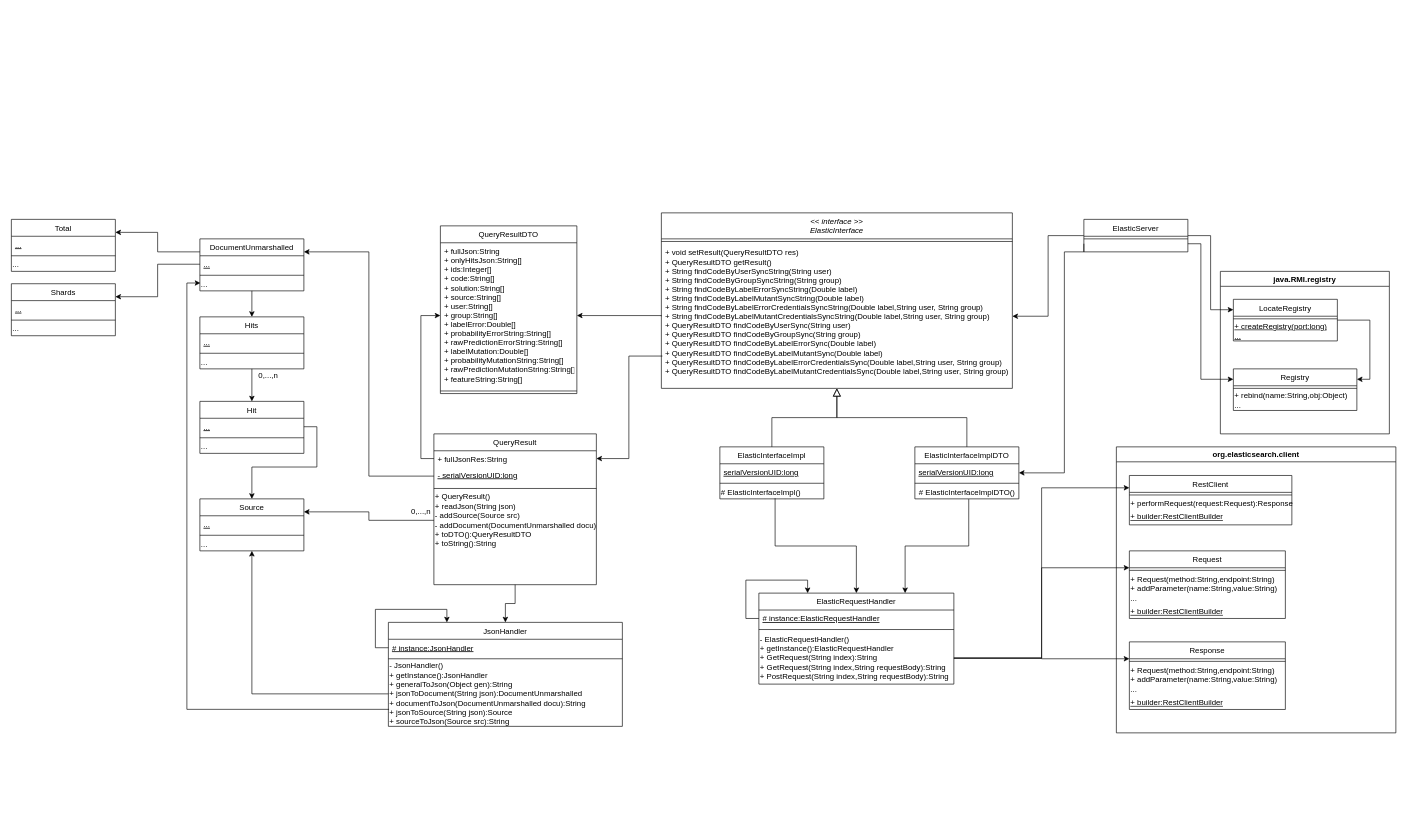
This is docs/Elastic-facade-orchestrator.drawio from josura/Error-classification-ISD, a draw.io file, before an edit. Source tidied: cells renumbered, new cells numbered last; positions are measured from the earlier drawing's top-left corner, leaving out a move shared by most shapes. Both pictures are drawn from the tidied source at 65%, with x=0, y=0 at pixel (11, 213).
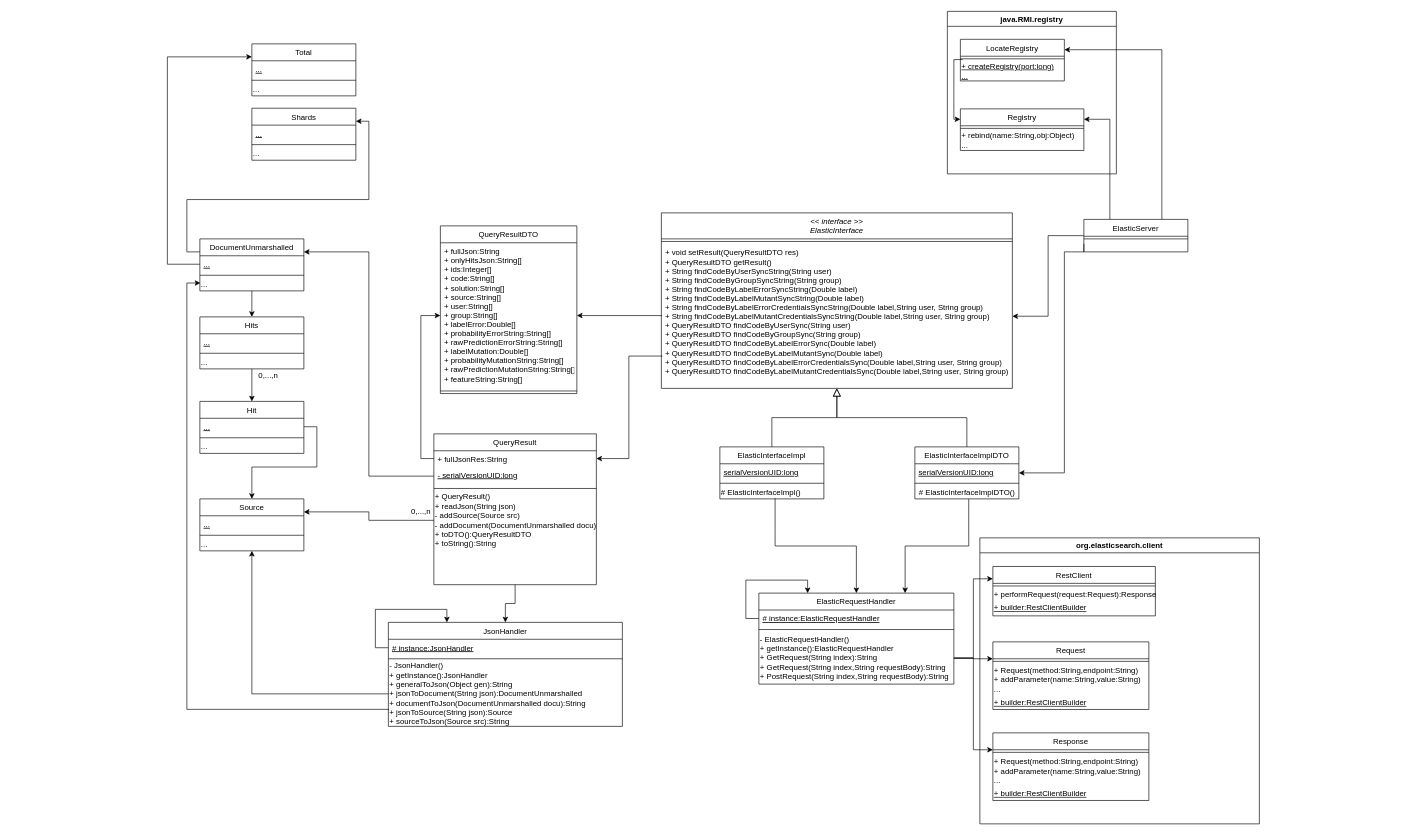
The same diagram, later.

Unchanged cells that the change refers to:
```xml
<mxCell id="30" value="ElasticServer" style="swimlane;fontStyle=0;align=center;verticalAlign=top;horizontal=1;startSize=26;rounded=0;shadow=0;strokeWidth=1;" parent="1" vertex="1">
  <mxGeometry x="1650" y="10" width="160" height="50" as="geometry" />
</mxCell>
<mxCell id="35" value="DocumentUnmarshalled" style="swimlane;fontStyle=0;align=center;verticalAlign=top;horizontal=1;startSize=26;rounded=0;shadow=0;strokeWidth=1;" parent="1" vertex="1">
  <mxGeometry x="290" y="40" width="160" height="80" as="geometry" />
</mxCell>
<mxCell id="36" value="..." style="text;align=left;verticalAlign=top;spacingLeft=4;spacingRight=4;overflow=hidden;points=[[0,0.5],[1,0.5]];portConstraint=eastwest;fontStyle=4;" parent="35" vertex="1">
  <mxGeometry y="26" width="160" height="26" as="geometry" />
</mxCell>
<mxCell id="98" value="LocateRegistry" style="swimlane;fontStyle=0;align=center;verticalAlign=top;horizontal=1;startSize=26;rounded=0;shadow=0;strokeWidth=1;" parent="96" vertex="1">
  <mxGeometry x="20" y="43" width="160" height="64" as="geometry" />
</mxCell>
<mxCell id="100" value="&lt;div&gt;+ createRegistry(port:long)&lt;/div&gt;&lt;div&gt;...&lt;br&gt;&lt;/div&gt;" style="text;html=1;align=left;verticalAlign=middle;points=[];strokeColor=none;fillColor=none;fontStyle=4;" parent="98" vertex="1">
  <mxGeometry y="34" width="160" height="30" as="geometry" />
</mxCell>
<mxCell id="101" value="Registry" style="swimlane;fontStyle=0;align=center;verticalAlign=top;horizontal=1;startSize=26;rounded=0;shadow=0;strokeWidth=1;" parent="96" vertex="1">
  <mxGeometry x="20" y="150" width="190" height="64" as="geometry" />
</mxCell>
```

What changed in the source:
```diff
@@
-    <mxCell id="28" style="edgeStyle=orthogonalEdgeStyle;rounded=0;jettySize=auto;html=1;exitX=1;exitY=0.5;exitDx=0;exitDy=0;entryX=0;entryY=0.25;entryDx=0;entryDy=0;" parent="1" edge="1" source="30" target="98">
+    <mxCell id="28" style="edgeStyle=orthogonalEdgeStyle;rounded=0;jettySize=auto;html=1;exitX=0.25;exitY=0;exitDx=0;exitDy=0;entryX=1;entryY=0.25;entryDx=0;entryDy=0;" parent="1" edge="1" source="30" target="101">
       <mxGeometry relative="1" as="geometry" />
     </mxCell>
-    <mxCell id="29" style="edgeStyle=orthogonalEdgeStyle;rounded=0;jettySize=auto;html=1;exitX=1;exitY=0.75;exitDx=0;exitDy=0;entryX=0;entryY=0.25;entryDx=0;entryDy=0;" parent="1" edge="1" source="30" target="101">
+    <mxCell id="29" style="edgeStyle=orthogonalEdgeStyle;rounded=0;jettySize=auto;html=1;exitX=0.75;exitY=0;exitDx=0;exitDy=0;entryX=1;entryY=0.25;entryDx=0;entryDy=0;" parent="1" edge="1" source="30" target="98">
       <mxGeometry relative="1" as="geometry">
         <Array as="points">
-          <mxPoint x="1830" y="48" />
-          <mxPoint x="1830" y="256" />
+          <mxPoint x="1770" y="-251" />
         </Array>
       </mxGeometry>
     </mxCell>
@@
     <mxCell id="52" value="Total" style="swimlane;fontStyle=0;align=center;verticalAlign=top;horizontal=1;startSize=26;rounded=0;shadow=0;strokeWidth=1;" parent="1" vertex="1">
-      <mxGeometry y="10" width="160" height="80" as="geometry" />
+      <mxGeometry x="370" y="-260" width="160" height="80" as="geometry" />
     </mxCell>
@@
     <mxCell id="56" value="Shards" style="swimlane;fontStyle=0;align=center;verticalAlign=top;horizontal=1;startSize=26;rounded=0;shadow=0;strokeWidth=1;" parent="1" vertex="1">
-      <mxGeometry y="109" width="160" height="80" as="geometry" />
+      <mxGeometry x="370" y="-161" width="160" height="80" as="geometry" />
     </mxCell>
@@
-    <mxCell id="68" style="edgeStyle=orthogonalEdgeStyle;rounded=0;jettySize=auto;html=1;exitX=0;exitY=0.25;exitDx=0;exitDy=0;entryX=1;entryY=0.25;entryDx=0;entryDy=0;" parent="1" edge="1" source="35" target="52">
-      <mxGeometry relative="1" as="geometry" />
+    <mxCell id="68" style="edgeStyle=orthogonalEdgeStyle;rounded=0;jettySize=auto;html=1;exitX=0;exitY=0.5;exitDx=0;exitDy=0;entryX=0;entryY=0.25;entryDx=0;entryDy=0;" parent="1" edge="1" source="36" target="52">
+      <mxGeometry relative="1" as="geometry">
+        <Array as="points">
+          <mxPoint x="240" y="79" />
+          <mxPoint x="240" y="-240" />
+        </Array>
+      </mxGeometry>
     </mxCell>
-    <mxCell id="69" style="edgeStyle=orthogonalEdgeStyle;rounded=0;jettySize=auto;html=1;exitX=0;exitY=0.5;exitDx=0;exitDy=0;entryX=1;entryY=0.25;entryDx=0;entryDy=0;" parent="1" edge="1" source="36" target="56">
+    <mxCell id="69" style="edgeStyle=orthogonalEdgeStyle;rounded=0;jettySize=auto;html=1;exitX=0;exitY=0.25;exitDx=0;exitDy=0;entryX=1;entryY=0.25;entryDx=0;entryDy=0;" parent="1" edge="1" source="35" target="56">
       <mxGeometry relative="1" as="geometry" />
     </mxCell>
@@
     <mxCell id="73" value="org.elasticsearch.client" style="swimlane;align=center;" parent="1" vertex="1">
-      <mxGeometry x="1700" y="360" width="430" height="440" as="geometry" />
+      <mxGeometry x="1490" y="500" width="430" height="440" as="geometry" />
     </mxCell>
@@
     <mxCell id="96" value="java.RMI.registry" style="swimlane;align=center;" parent="1" vertex="1">
-      <mxGeometry x="1860" y="90" width="260" height="250" as="geometry" />
+      <mxGeometry x="1440" y="-310" width="260" height="250" as="geometry" />
     </mxCell>
-    <mxCell id="97" style="edgeStyle=orthogonalEdgeStyle;rounded=0;jettySize=auto;html=1;exitX=1;exitY=0.5;exitDx=0;exitDy=0;entryX=1;entryY=0.25;entryDx=0;entryDy=0;" parent="96" edge="1" source="98" target="101">
-      <mxGeometry relative="1" as="geometry" />
+    <mxCell id="97" style="edgeStyle=orthogonalEdgeStyle;rounded=0;jettySize=auto;html=1;exitX=0.021;exitY=-0.095;exitDx=0;exitDy=0;entryX=0;entryY=0.25;entryDx=0;entryDy=0;exitPerimeter=0;" parent="96" edge="1" source="100" target="101">
+      <mxGeometry relative="1" as="geometry">
+        <Array as="points">
+          <mxPoint x="10" y="74" />
+          <mxPoint x="10" y="166" />
+        </Array>
+      </mxGeometry>
     </mxCell>
```
